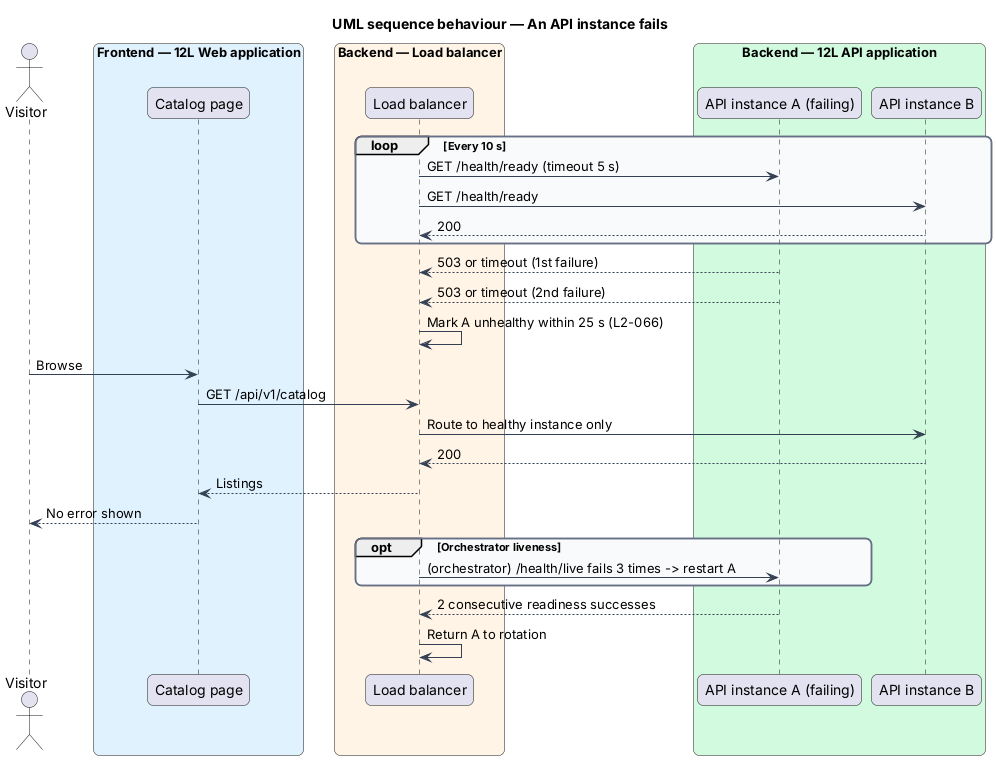
This is docs/detailed-designs/platform/keep-available-and-recoverable/diagrams/sequence-instance-failure.png from QuinntyneBrown/12l, a PlantUML export, as it was before one commit.
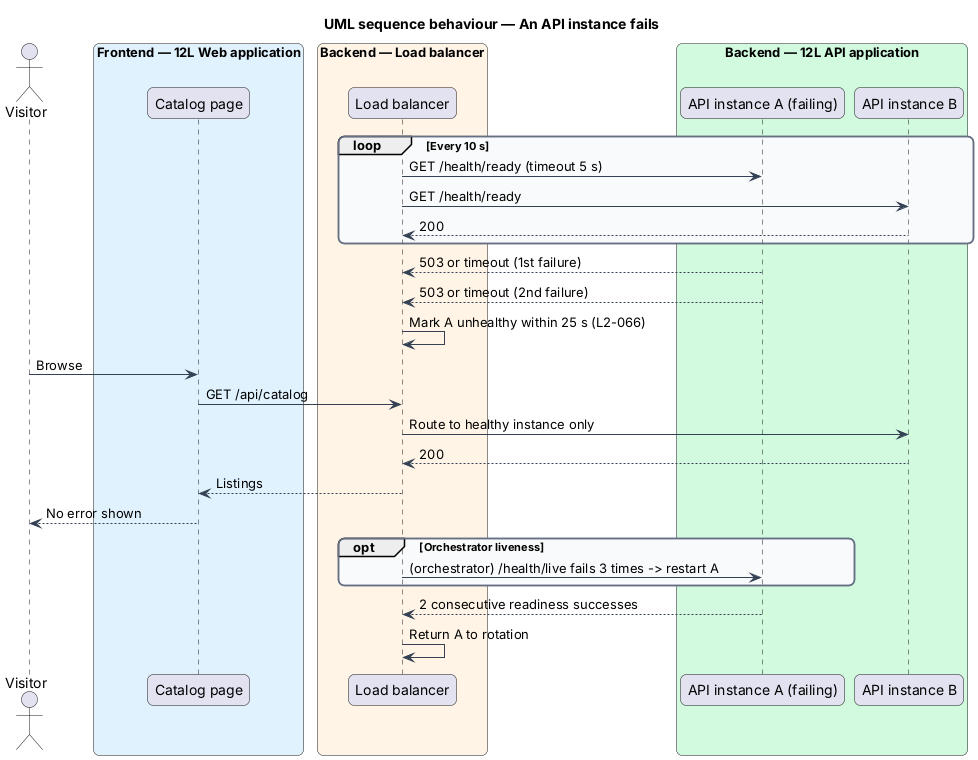
The same diagram one commit later.

Diff of the diagram source:
```diff
@@ -34,7 +34,7 @@
 a --> lb : 503 or timeout (2nd failure)
 lb -> lb : Mark A unhealthy within 25 s (L2-066)
 actor -> page : Browse
-page -> lb : GET /api/v1/catalog
+page -> lb : GET /api/catalog
 lb -> b : Route to healthy instance only
 b --> lb : 200
 lb --> page : Listings
```
